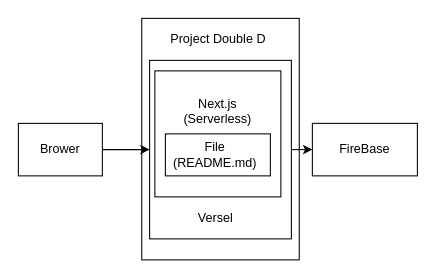
YongwoonJang/gyujanggak keeps this draw.io diagram as page "Search Engine" (1 of 2) of architecture/JYUHomepageHLD.drawio. Above is the earlier version. Source tidied: cells renumbered, new cells numbered last; positions are measured from the earlier drawing's top-left corner, leaving out a move shared by most shapes. Both pictures are drawn from the tidied source at 105%, with x=0, y=0 at pixel (18, 18).
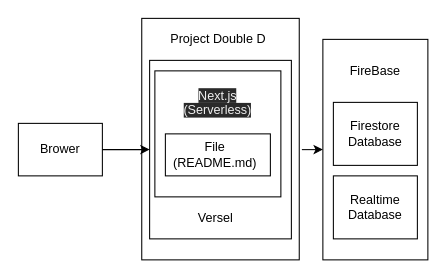
After the change.

The edit, as a diff of the source:
```diff
@@
 <mxGraphModel>
   <root>
     <mxCell id="0" />
     <mxCell id="1" parent="0" />
     <mxCell id="2" style="rounded=0;whiteSpace=wrap;html=1;fillColor=none;" parent="1" vertex="1">
       <mxGeometry x="117.5" width="150" height="230" as="geometry" />
     </mxCell>
     <mxCell id="3" style="rounded=0;whiteSpace=wrap;html=1;" parent="1" vertex="1">
       <mxGeometry x="125" y="40" width="135" height="170" as="geometry" />
     </mxCell>
-    <mxCell id="4" value="Next.js&lt;br&gt;(Serverless)&lt;br&gt;&lt;br&gt;&lt;br&gt;&lt;br&gt;" style="rounded=0;whiteSpace=wrap;html=1;" parent="1" vertex="1">
+    <mxCell id="4" style="rounded=0;whiteSpace=wrap;html=1;" parent="1" vertex="1">
       <mxGeometry x="130" y="50" width="120" height="120" as="geometry" />
     </mxCell>
     <mxCell id="5" style="rounded=0;whiteSpace=wrap;html=1;" parent="1" vertex="1">
       <mxGeometry x="140" y="110" width="100" height="40" as="geometry" />
     </mxCell>
     <mxCell id="6" value="Project Double D" style="text;html=1;strokeColor=none;fillColor=none;align=center;verticalAlign=middle;whiteSpace=wrap;rounded=0;" parent="1" vertex="1">
       <mxGeometry x="137.5" y="10" width="105" height="20" as="geometry" />
     </mxCell>
     <mxCell id="7" value="Brower" style="rounded=0;whiteSpace=wrap;html=1;" parent="1" vertex="1">
       <mxGeometry y="100" width="80" height="50" as="geometry" />
     </mxCell>
     <mxCell id="8" value="&lt;font style=&quot;font-size: 12px&quot;&gt;Versel&lt;/font&gt;" style="text;html=1;strokeColor=none;fillColor=none;align=center;verticalAlign=middle;whiteSpace=wrap;rounded=0;" parent="1" vertex="1">
       <mxGeometry x="147.5" y="180" width="80" height="20" as="geometry" />
     </mxCell>
     <mxCell id="9" value="File&lt;br&gt;(README.md)" style="text;html=1;strokeColor=none;fillColor=none;align=center;verticalAlign=middle;whiteSpace=wrap;rounded=0;" parent="1" vertex="1">
       <mxGeometry x="165" y="120" width="45" height="20" as="geometry" />
     </mxCell>
     <mxCell id="10" style="endArrow=classic;html=1;exitX=1;exitY=0.5;exitDx=0;exitDy=0;entryX=0;entryY=0.5;entryDx=0;entryDy=0;" parent="1" edge="1" source="7" target="3">
       <mxGeometry relative="1" as="geometry" />
     </mxCell>
     <mxCell id="11" style="rounded=0;whiteSpace=wrap;html=1;" parent="1" vertex="1">
-      <mxGeometry x="280" y="100" width="100" height="50" as="geometry" />
+      <mxGeometry x="290" y="20" width="100" height="210" as="geometry" />
     </mxCell>
     <mxCell id="12" value="FireBase" style="text;html=1;strokeColor=none;fillColor=none;align=center;verticalAlign=middle;whiteSpace=wrap;rounded=0;" parent="1" vertex="1">
-      <mxGeometry x="290" y="115" width="80" height="20" as="geometry" />
+      <mxGeometry x="300" y="40" width="80" height="20" as="geometry" />
     </mxCell>
-    <mxCell id="13" style="endArrow=classic;html=1;exitX=1;exitY=0.5;exitDx=0;exitDy=0;entryX=0;entryY=0.5;entryDx=0;entryDy=0;" parent="1" edge="1" source="3" target="11">
-      <mxGeometry relative="1" as="geometry" />
+    <mxCell id="13" style="endArrow=classic;html=1;exitX=1;exitY=0.5;exitDx=0;exitDy=0;entryX=0;entryY=0.5;entryDx=0;entryDy=0;" parent="1" edge="1" target="11">
+      <mxGeometry relative="1" as="geometry">
+        <mxPoint x="270" y="125" as="sourcePoint" />
+      </mxGeometry>
     </mxCell>
+    <mxCell id="14" value="&lt;span style=&quot;color: rgb(240 , 240 , 240) ; font-family: &amp;#34;helvetica&amp;#34; ; font-size: 12px ; font-style: normal ; font-weight: 400 ; letter-spacing: normal ; text-indent: 0px ; text-transform: none ; word-spacing: 0px ; background-color: rgb(42 , 42 , 42) ; display: inline ; float: none&quot;&gt;Next.js&lt;/span&gt;&lt;br style=&quot;color: rgb(240 , 240 , 240) ; font-family: &amp;#34;helvetica&amp;#34; ; font-size: 12px ; font-style: normal ; font-weight: 400 ; letter-spacing: normal ; text-indent: 0px ; text-transform: none ; word-spacing: 0px ; background-color: rgb(42 , 42 , 42)&quot;&gt;&lt;span style=&quot;color: rgb(240 , 240 , 240) ; font-family: &amp;#34;helvetica&amp;#34; ; font-size: 12px ; font-style: normal ; font-weight: 400 ; letter-spacing: normal ; text-indent: 0px ; text-transform: none ; word-spacing: 0px ; background-color: rgb(42 , 42 , 42) ; display: inline ; float: none&quot;&gt;(Serverless)&lt;/span&gt;&lt;br style=&quot;color: rgb(240 , 240 , 240) ; font-family: &amp;#34;helvetica&amp;#34; ; font-size: 12px ; font-style: normal ; font-weight: 400 ; letter-spacing: normal ; text-indent: 0px ; text-transform: none ; word-spacing: 0px ; background-color: rgb(42 , 42 , 42)&quot;&gt;&lt;br style=&quot;color: rgb(240 , 240 , 240) ; font-family: &amp;#34;helvetica&amp;#34; ; font-size: 12px ; font-style: normal ; font-weight: 400 ; letter-spacing: normal ; text-indent: 0px ; text-transform: none ; word-spacing: 0px ; background-color: rgb(42 , 42 , 42)&quot;&gt;" style="text;whiteSpace=wrap;html=1;align=center;" parent="1" vertex="1">
+      <mxGeometry x="145" y="60" width="90" height="40" as="geometry" />
+    </mxCell>
+    <mxCell id="15" value="Firestore&lt;br&gt;Database" style="rounded=0;whiteSpace=wrap;html=1;" parent="1" vertex="1">
+      <mxGeometry x="300" y="80" width="80" height="60" as="geometry" />
+    </mxCell>
+    <mxCell id="16" value="Realtime&lt;br&gt;Database" style="rounded=0;whiteSpace=wrap;html=1;" parent="1" vertex="1">
+      <mxGeometry x="300" y="150" width="80" height="60" as="geometry" />
+    </mxCell>
   </root>
 </mxGraphModel>
```
